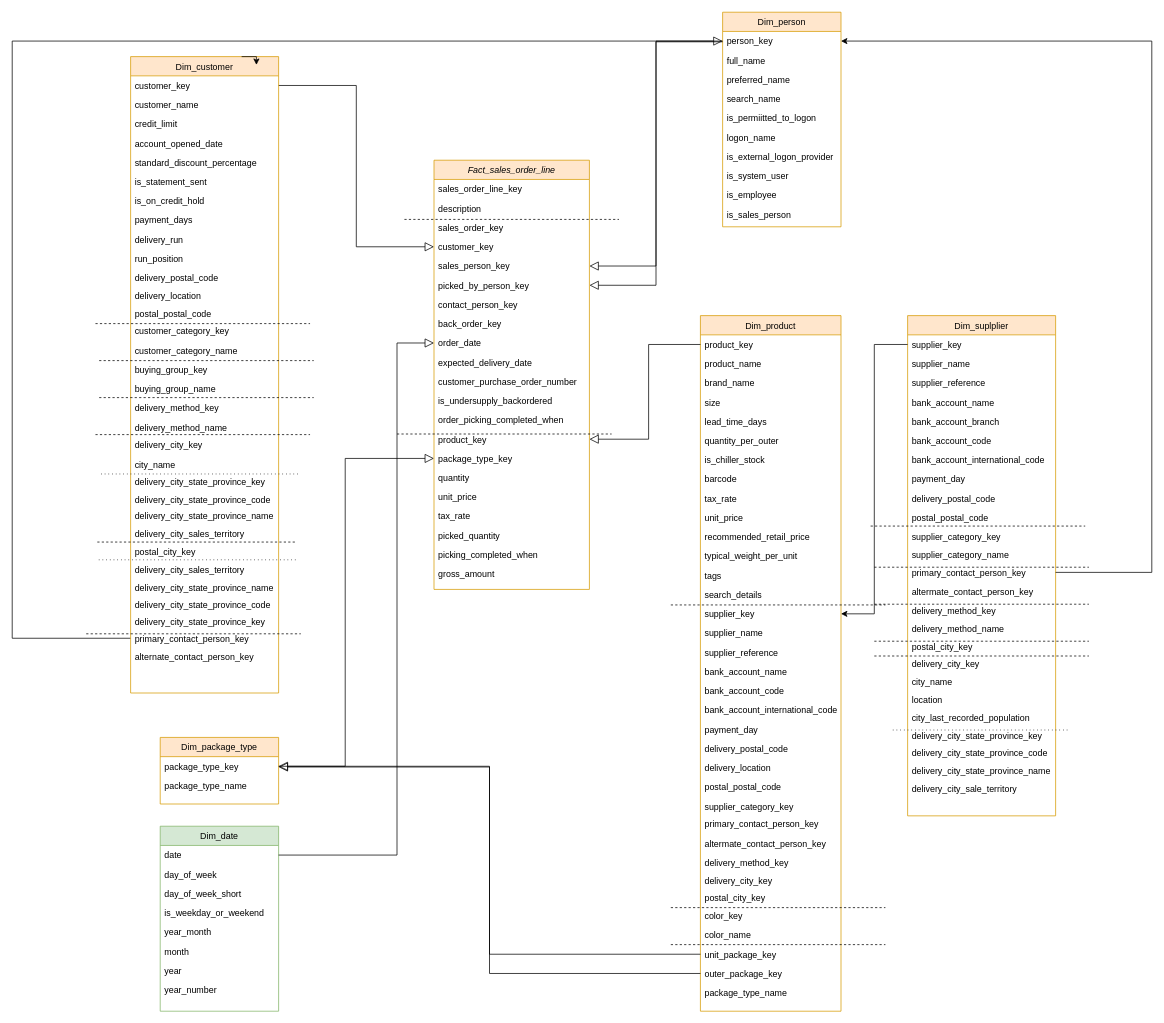
Before: Purchase Order.drawio in DucTran3110/data_warehouse_course, a draw.io diagram. Source tidied: cells renumbered, new cells numbered last; positions are measured from the earlier drawing's top-left corner, leaving out a move shared by most shapes. Both pictures are drawn from the tidied source at 74%, with x=0, y=0 at pixel (12, 12).
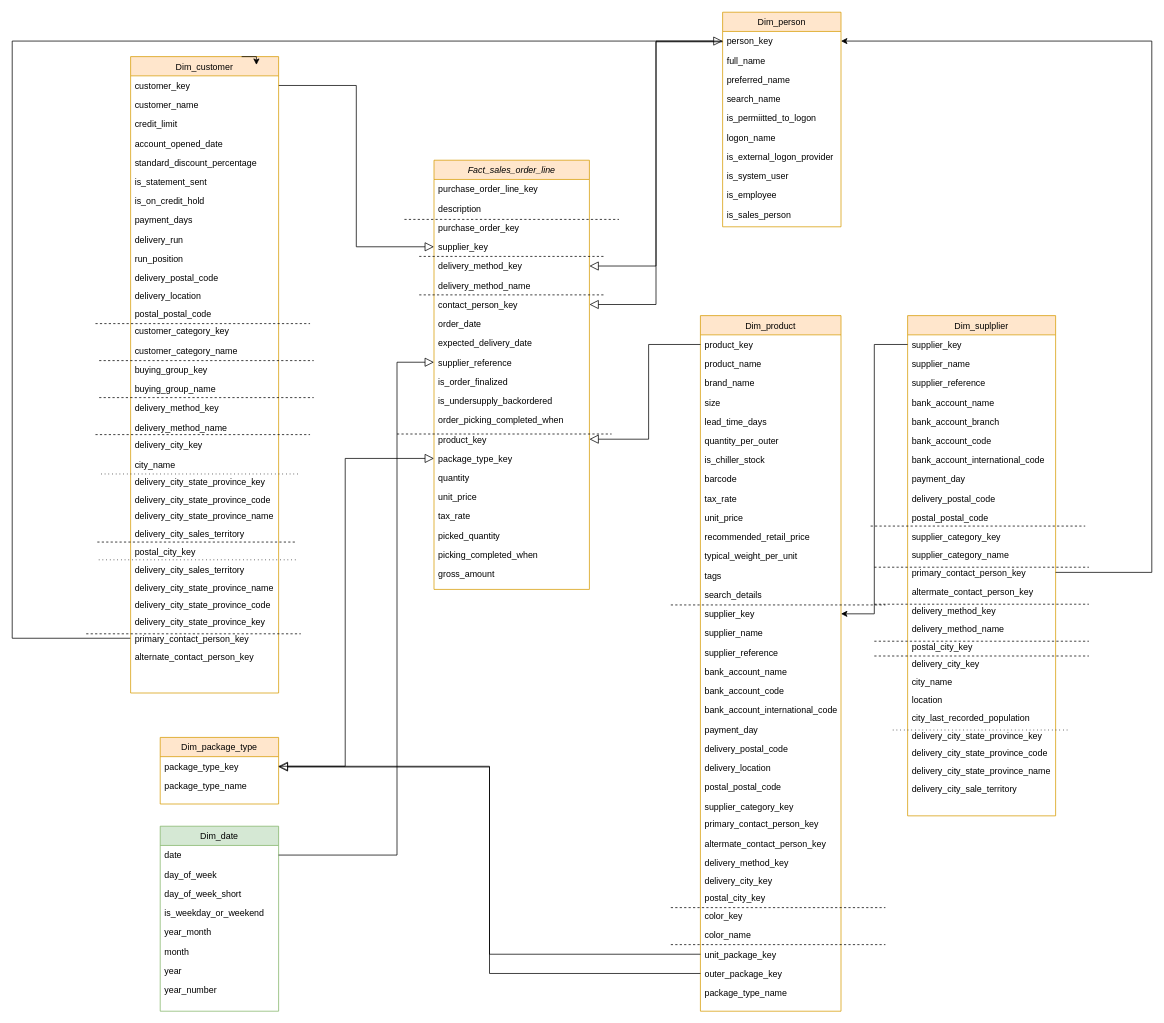
Above is the later version.

Unchanged cells that the change refers to:
```xml
<mxCell id="2" value="Fact_sales_order_line" style="swimlane;fontStyle=2;align=center;verticalAlign=top;horizontal=1;startSize=26;rounded=0;shadow=0;strokeWidth=1;swimlaneLine=1;fillColor=#ffe6cc;strokeColor=#d79b00;" parent="1" vertex="1">
  <mxGeometry x="570" y="200" width="210" height="580" as="geometry" />
</mxCell>
```

Diff of the diagram source:
```diff
@@
-    <mxCell id="3" value="sales_order_line_key" style="text;align=left;verticalAlign=top;spacingLeft=4;spacingRight=4;overflow=hidden;" parent="2" vertex="1">
+    <mxCell id="3" value="purchase_order_line_key" style="text;align=left;verticalAlign=top;spacingLeft=4;spacingRight=4;overflow=hidden;" parent="2" vertex="1">
       <mxGeometry y="26" width="210" height="26" as="geometry" />
     </mxCell>
@@
-    <mxCell id="5" value="sales_order_key" style="text;align=left;verticalAlign=top;spacingLeft=4;spacingRight=4;overflow=hidden;rounded=0;shadow=0;html=0;" parent="2" vertex="1">
+    <mxCell id="5" value="purchase_order_key" style="text;align=left;verticalAlign=top;spacingLeft=4;spacingRight=4;overflow=hidden;rounded=0;shadow=0;html=0;" parent="2" vertex="1">
       <mxGeometry y="78" width="210" height="26" as="geometry" />
     </mxCell>
-    <mxCell id="6" value="customer_key" style="text;align=left;verticalAlign=top;spacingLeft=4;spacingRight=4;overflow=hidden;points=[[0,0.5],[1,0.5]];portConstraint=eastwest;rounded=0;shadow=0;html=0;" parent="2" vertex="1">
+    <mxCell id="6" value="supplier_key" style="text;align=left;verticalAlign=top;spacingLeft=4;spacingRight=4;overflow=hidden;points=[[0,0.5],[1,0.5]];portConstraint=eastwest;rounded=0;shadow=0;html=0;" parent="2" vertex="1">
       <mxGeometry y="104" width="210" height="26" as="geometry" />
     </mxCell>
-    <mxCell id="7" value="sales_person_key" style="text;align=left;verticalAlign=top;spacingLeft=4;spacingRight=4;overflow=hidden;points=[[0,0.5],[1,0.5]];portConstraint=eastwest;rounded=0;shadow=0;html=0;" parent="2" vertex="1">
+    <mxCell id="7" value="delivery_method_key" style="text;align=left;verticalAlign=top;spacingLeft=4;spacingRight=4;overflow=hidden;points=[[0,0.5],[1,0.5]];portConstraint=eastwest;rounded=0;shadow=0;html=0;" parent="2" vertex="1">
       <mxGeometry y="130" width="210" height="26" as="geometry" />
     </mxCell>
+    <mxCell id="13" value="delivery_method_name" style="text;align=left;verticalAlign=top;spacingLeft=4;spacingRight=4;overflow=hidden;rounded=0;shadow=0;html=0;" parent="2" vertex="1">
+      <mxGeometry y="156" width="210" height="26" as="geometry" />
+    </mxCell>
+    <mxCell id="175" style="endArrow=none;dashed=1;html=1;rounded=0;" parent="2" edge="1">
+      <mxGeometry relative="1" as="geometry">
+        <mxPoint x="-20" y="182" as="sourcePoint" />
+        <mxPoint x="230" y="182" as="targetPoint" />
+      </mxGeometry>
+    </mxCell>
-    <mxCell id="8" value="picked_by_person_key" style="text;align=left;verticalAlign=top;spacingLeft=4;spacingRight=4;overflow=hidden;points=[[0,0.5],[1,0.5]];portConstraint=eastwest;rounded=0;shadow=0;html=0;" parent="2" vertex="1">
-      <mxGeometry y="156" width="210" height="26" as="geometry" />
+    <mxCell id="8" value="contact_person_key" style="text;align=left;verticalAlign=top;spacingLeft=4;spacingRight=4;overflow=hidden;points=[[0,0.5],[1,0.5]];portConstraint=eastwest;rounded=0;shadow=0;html=0;" parent="2" vertex="1">
+      <mxGeometry y="182" width="210" height="26" as="geometry" />
     </mxCell>
-    <mxCell id="9" value="contact_person_key" style="text;align=left;verticalAlign=top;spacingLeft=4;spacingRight=4;overflow=hidden;rounded=0;shadow=0;html=0;" parent="2" vertex="1">
-      <mxGeometry y="182" width="210" height="26" as="geometry" />
+    <mxCell id="9" value="order_date" style="text;align=left;verticalAlign=top;spacingLeft=4;spacingRight=4;overflow=hidden;rounded=0;shadow=0;html=0;" parent="2" vertex="1">
+      <mxGeometry y="208" width="210" height="26" as="geometry" />
     </mxCell>
-    <mxCell id="10" value="back_order_key" style="text;align=left;verticalAlign=top;spacingLeft=4;spacingRight=4;overflow=hidden;rounded=0;shadow=0;html=0;" parent="2" vertex="1">
-      <mxGeometry y="208" width="210" height="26" as="geometry" />
+    <mxCell id="10" value="expected_delivery_date" style="text;align=left;verticalAlign=top;spacingLeft=4;spacingRight=4;overflow=hidden;rounded=0;shadow=0;html=0;" parent="2" vertex="1">
+      <mxGeometry y="234" width="210" height="26" as="geometry" />
     </mxCell>
-    <mxCell id="11" value="order_date" style="text;align=left;verticalAlign=top;spacingLeft=4;spacingRight=4;overflow=hidden;points=[[0,0.5],[1,0.5]];portConstraint=eastwest;rounded=0;shadow=0;html=0;" parent="2" vertex="1">
-      <mxGeometry y="234" width="210" height="26" as="geometry" />
+    <mxCell id="11" value="supplier_reference" style="text;align=left;verticalAlign=top;spacingLeft=4;spacingRight=4;overflow=hidden;points=[[0,0.5],[1,0.5]];portConstraint=eastwest;rounded=0;shadow=0;html=0;" parent="2" vertex="1">
+      <mxGeometry y="260" width="210" height="26" as="geometry" />
     </mxCell>
-    <mxCell id="12" value="expected_delivery_date" style="text;align=left;verticalAlign=top;spacingLeft=4;spacingRight=4;overflow=hidden;rounded=0;shadow=0;html=0;" parent="2" vertex="1">
-      <mxGeometry y="260" width="210" height="26" as="geometry" />
+    <mxCell id="12" value="is_order_finalized" style="text;align=left;verticalAlign=top;spacingLeft=4;spacingRight=4;overflow=hidden;rounded=0;shadow=0;html=0;" parent="2" vertex="1">
+      <mxGeometry y="286" width="210" height="26" as="geometry" />
     </mxCell>
-    <mxCell id="13" value="customer_purchase_order_number " style="text;align=left;verticalAlign=top;spacingLeft=4;spacingRight=4;overflow=hidden;rounded=0;shadow=0;html=0;" parent="2" vertex="1">
-      <mxGeometry y="286" width="210" height="26" as="geometry" />
-    </mxCell>
@@
+    <mxCell id="176" style="endArrow=none;dashed=1;html=1;rounded=0;" parent="1" edge="1">
+      <mxGeometry relative="1" as="geometry">
+        <mxPoint x="550" y="330" as="sourcePoint" />
+        <mxPoint x="800" y="330" as="targetPoint" />
+      </mxGeometry>
+    </mxCell>
```
